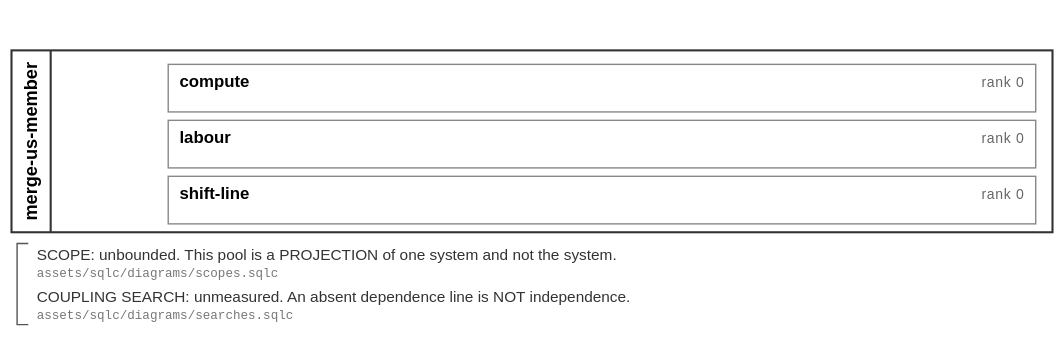
Before: assets/svg/filings/merge-us-member.svg, a diagram exported from BPMN (soulstompp/process-modulus). Its source is kept beside it as assets/bpmn/filings/merge-us-member.bpmn. Ids are renumbered.
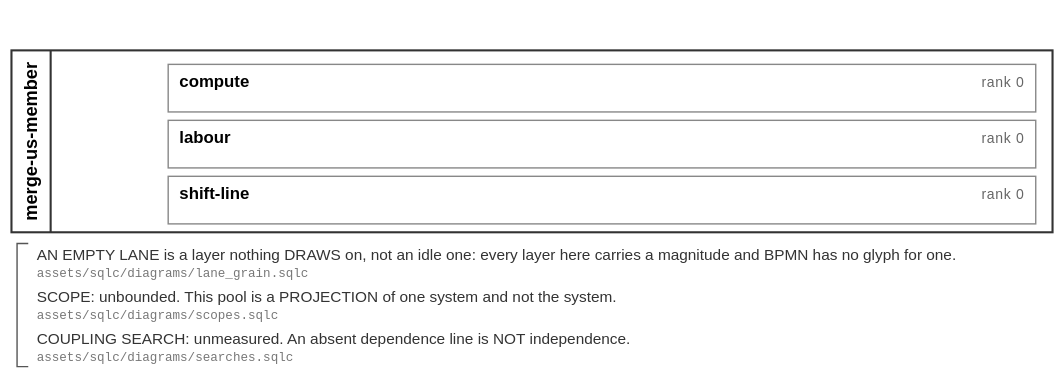
Later version of the same file.

Change to the diagram source:
```diff
@@ -26,6 +26,9 @@
         <documentation>rank 0; nothing beneath this layer needs evaluating first at rank 0, and a higher rank waits on every arrival below it [assets/sqlc/rank/evaluation_order.sqlc]</documentation>
       </lane>
     </laneSet>
+    <textAnnotation id="note_merge-us-member_lane">
+      <text>AN EMPTY LANE is a layer nothing DRAWS on, not an idle one: every layer here carries a magnitude and BPMN has no glyph for one. [assets/sqlc/diagrams/lane_grain.sqlc]</text>
+    </textAnnotation>
     <textAnnotation id="note_merge-us-member_scope">
       <text>SCOPE: unbounded. This pool is a PROJECTION of one system and not the system. [assets/sqlc/diagrams/scopes.sqlc]</text>
     </textAnnotation>
@@ -47,11 +50,14 @@
       <bpmndi:BPMNShape id="shape_merge-us-member_lane_merge-us-member_shift-line" bpmnElement="tns:lane_merge-us-member_shift-line">
         <dc:Bounds x="120" y="126" width="620" height="34"/>
       </bpmndi:BPMNShape>
-      <bpmndi:BPMNShape id="shape_merge-us-member_note_merge-us-member_scope" bpmnElement="tns:note_merge-us-member_scope">
+      <bpmndi:BPMNShape id="shape_merge-us-member_note_merge-us-member_lane" bpmnElement="tns:note_merge-us-member_lane">
         <dc:Bounds x="20" y="174" width="720" height="28"/>
       </bpmndi:BPMNShape>
+      <bpmndi:BPMNShape id="shape_merge-us-member_note_merge-us-member_scope" bpmnElement="tns:note_merge-us-member_scope">
+        <dc:Bounds x="20" y="204" width="720" height="28"/>
+      </bpmndi:BPMNShape>
       <bpmndi:BPMNShape id="shape_merge-us-member_note_merge-us-member_search" bpmnElement="tns:note_merge-us-member_search">
-        <dc:Bounds x="20" y="204" width="720" height="28"/>
+        <dc:Bounds x="20" y="234" width="720" height="28"/>
       </bpmndi:BPMNShape>
     </bpmndi:BPMNPlane>
   </bpmndi:BPMNDiagram>
```
